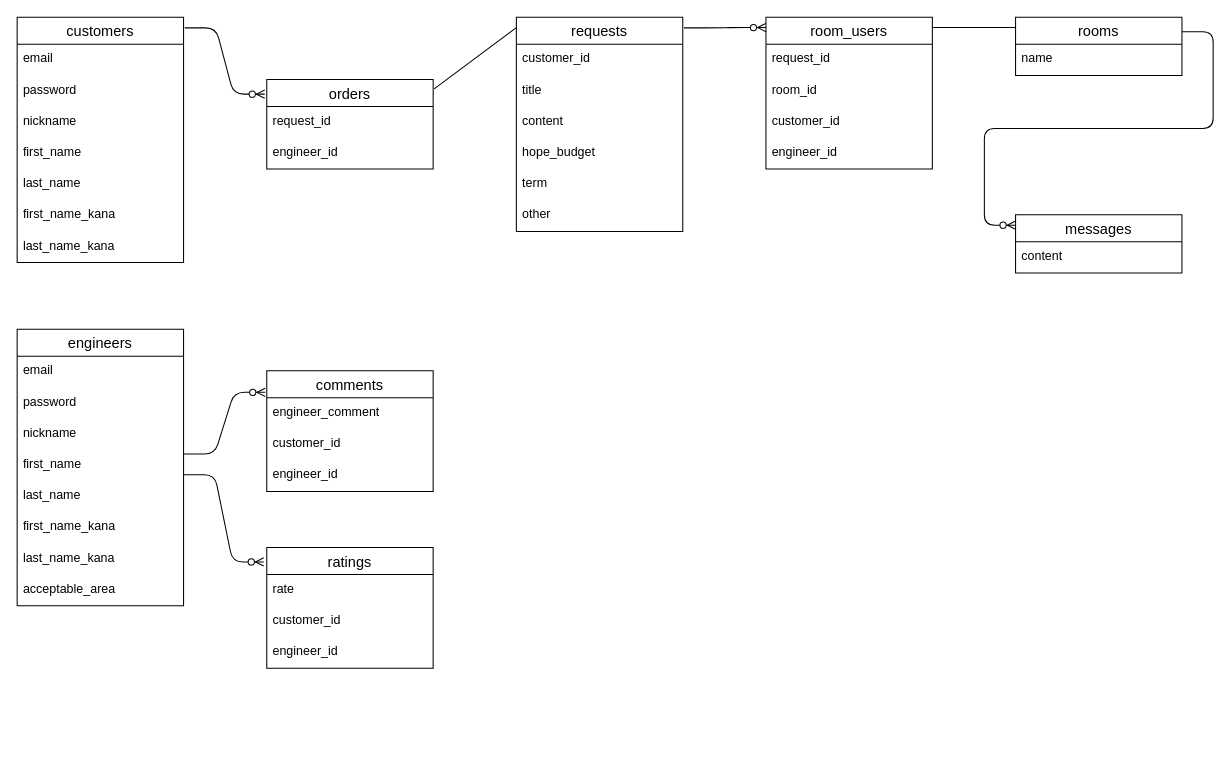
This is er.dio from ikun2019/exece_bridge, a draw.io file, before an edit. Source tidied: cells renumbered, new cells numbered last; positions are measured from the earlier drawing's top-left corner, leaving out a move shared by most shapes. Both pictures are drawn from the tidied source at 104%, with x=0, y=0 at pixel (17, 17).
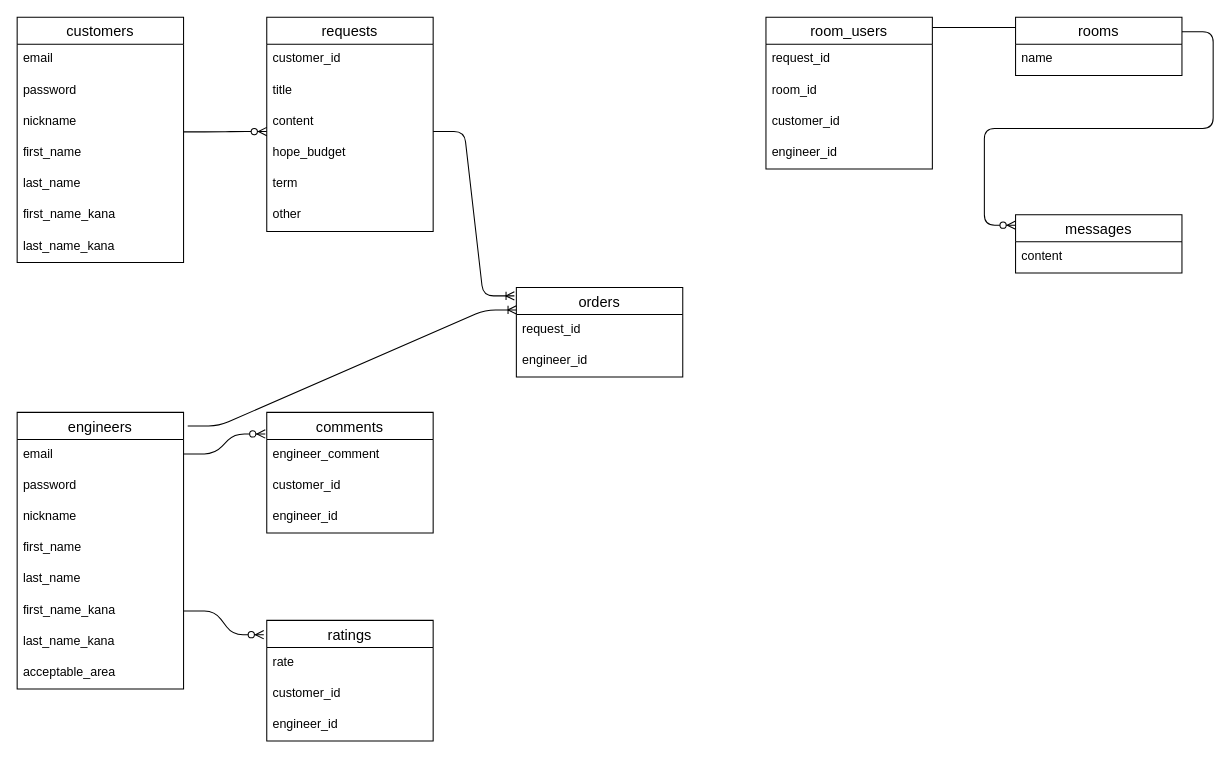
The same diagram, later.

Unchanged cells that the change refers to:
```xml
<mxCell id="16" value="first_name_kana" style="text;strokeColor=none;fillColor=none;spacingLeft=4;spacingRight=4;overflow=hidden;points=[[0,0.5],[1,0.5]];portConstraint=eastwest;fontSize=12;" parent="10" vertex="1">
  <mxGeometry y="176" width="160" height="30" as="geometry" />
</mxCell>
<mxCell id="32" value="content" style="text;strokeColor=none;fillColor=none;spacingLeft=4;spacingRight=4;overflow=hidden;points=[[0,0.5],[1,0.5]];portConstraint=eastwest;fontSize=12;" parent="29" vertex="1">
  <mxGeometry y="86" width="160" height="30" as="geometry" />
</mxCell>
```

What changed in the source:
```diff
@@
     <mxCell id="10" value="engineers" style="swimlane;fontStyle=0;horizontal=1;startSize=26;align=center;fontSize=14;" parent="1" vertex="1">
-      <mxGeometry y="300" width="160" height="266" as="geometry" />
+      <mxGeometry y="380" width="160" height="266" as="geometry" />
     </mxCell>
@@
     <mxCell id="19" value="ratings" style="swimlane;fontStyle=0;horizontal=1;startSize=26;align=center;fontSize=14;" parent="1" vertex="1">
-      <mxGeometry x="240" y="510" width="160" height="116" as="geometry" />
+      <mxGeometry x="240" y="580" width="160" height="116" as="geometry" />
     </mxCell>
@@
-    <mxCell id="23" style="edgeStyle=entityRelationEdgeStyle;fontSize=12;html=1;endArrow=ERzeroToMany;endFill=1;entryX=-0.018;entryY=0.119;entryDx=0;entryDy=0;entryPerimeter=0;" parent="1" edge="1" target="19">
-      <mxGeometry relative="1" as="geometry">
-        <mxPoint x="160" y="440" as="sourcePoint" />
-      </mxGeometry>
+    <mxCell id="23" style="edgeStyle=entityRelationEdgeStyle;fontSize=12;html=1;endArrow=ERzeroToMany;endFill=1;entryX=-0.018;entryY=0.119;entryDx=0;entryDy=0;entryPerimeter=0;exitX=1;exitY=0.5;exitDx=0;exitDy=0;" parent="1" edge="1" source="16" target="19">
+      <mxGeometry relative="1" as="geometry" />
     </mxCell>
     <mxCell id="24" value="comments" style="swimlane;fontStyle=0;horizontal=1;startSize=26;align=center;fontSize=14;" parent="1" vertex="1">
-      <mxGeometry x="240" y="340" width="160" height="116" as="geometry" />
+      <mxGeometry x="240" y="380" width="160" height="116" as="geometry" />
     </mxCell>
@@
     <mxCell id="29" value="requests" style="swimlane;fontStyle=0;horizontal=1;startSize=26;align=center;fontSize=14;" parent="1" vertex="1">
-      <mxGeometry x="480" width="160" height="206" as="geometry" />
+      <mxGeometry x="240" width="160" height="206" as="geometry" />
     </mxCell>
@@
-    <mxCell id="43" style="edgeStyle=entityRelationEdgeStyle;fontSize=12;html=1;endArrow=ERzeroToMany;endFill=1;entryX=-0.007;entryY=0.174;entryDx=0;entryDy=0;entryPerimeter=0;" parent="1" edge="1">
-      <mxGeometry relative="1" as="geometry">
-        <mxPoint x="641.1" y="10.3" as="sourcePoint" />
-        <mxPoint x="720" y="10" as="targetPoint" />
-      </mxGeometry>
-    </mxCell>
-    <mxCell id="44" style="edgeStyle=entityRelationEdgeStyle;fontSize=12;html=1;endArrow=ERzeroToMany;endFill=1;entryX=-0.012;entryY=0.163;entryDx=0;entryDy=0;entryPerimeter=0;" parent="1" edge="1" target="48">
+    <mxCell id="44" style="edgeStyle=entityRelationEdgeStyle;fontSize=12;html=1;endArrow=ERzeroToMany;endFill=1;entryX=0;entryY=0.8;entryDx=0;entryDy=0;entryPerimeter=0;" parent="1" edge="1" target="32">
       <mxGeometry relative="1" as="geometry">
-        <mxPoint x="161.1" y="10.3" as="sourcePoint" />
+        <mxPoint x="160" y="110.3" as="sourcePoint" />
       </mxGeometry>
     </mxCell>
@@
     <mxCell id="48" value="orders" style="swimlane;fontStyle=0;horizontal=1;startSize=26;align=center;fontSize=14;" parent="1" vertex="1">
-      <mxGeometry x="240" y="60" width="160" height="86" as="geometry" />
+      <mxGeometry x="480" y="260" width="160" height="86" as="geometry" />
     </mxCell>
@@
-    <mxCell id="51" style="endArrow=none;html=1;rounded=0;exitX=1.006;exitY=0.105;exitDx=0;exitDy=0;exitPerimeter=0;" parent="1" edge="1" source="48">
-      <mxGeometry relative="1" as="geometry">
-        <mxPoint x="480" y="10" as="targetPoint" />
-      </mxGeometry>
-    </mxCell>
@@
+    <mxCell id="53" style="edgeStyle=entityRelationEdgeStyle;fontSize=12;html=1;endArrow=ERoneToMany;entryX=-0.012;entryY=0.093;entryDx=0;entryDy=0;entryPerimeter=0;" parent="1" edge="1" target="48">
+      <mxGeometry relative="1" as="geometry">
+        <mxPoint x="400" y="110" as="sourcePoint" />
+      </mxGeometry>
+    </mxCell>
+    <mxCell id="54" style="edgeStyle=entityRelationEdgeStyle;fontSize=12;html=1;endArrow=ERoneToMany;exitX=1.025;exitY=0.049;exitDx=0;exitDy=0;exitPerimeter=0;entryX=0;entryY=0.25;entryDx=0;entryDy=0;" parent="1" edge="1" source="10" target="48">
+      <mxGeometry relative="1" as="geometry" />
+    </mxCell>
```
